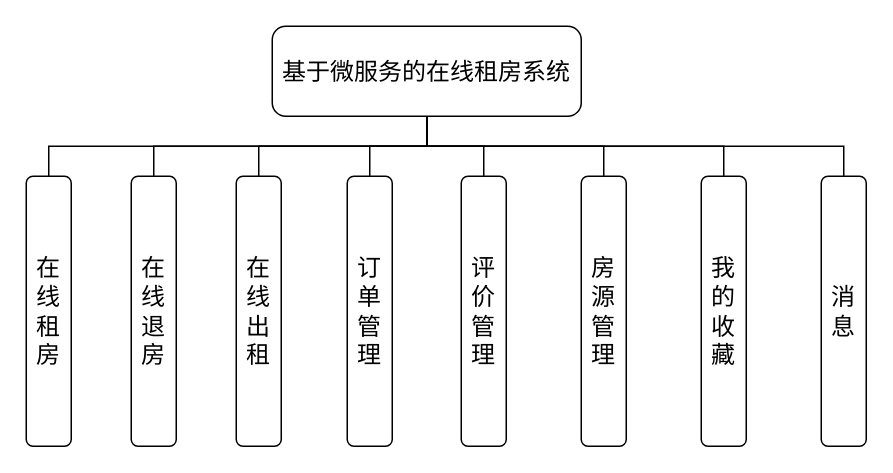
Earlier version of the draw.io diagram page "系统功能列表" (1 of 5) of 系统功能列表.drawio (CQUT-yingyan-ZTJ/images). Source tidied: cells renumbered, new cells numbered last; positions are measured from the earlier drawing's top-left corner, leaving out a move shared by most shapes. Both pictures are drawn from the tidied source at 150%, with x=0, y=0 at pixel (26, 26).
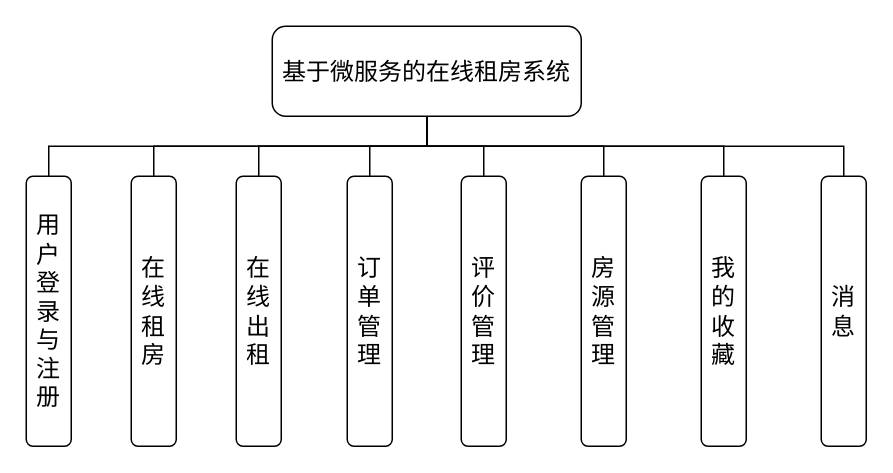
The same diagram, later.

Commit message:
更新系统功能列表.drawio

Change to the diagram source:
```diff
@@
 <mxGraphModel>
   <root>
     <mxCell id="0" />
     <mxCell id="1" parent="0" />
     <mxCell id="2" value="基于微服务的在线租房系统" style="rounded=1;whiteSpace=wrap;html=1;fontSize=16;" parent="1" vertex="1">
       <mxGeometry x="164" width="206" height="60" as="geometry" />
     </mxCell>
     <mxCell id="3" style="edgeStyle=orthogonalEdgeStyle;rounded=0;jettySize=auto;html=1;exitX=0.5;exitY=0;exitDx=0;exitDy=0;entryX=0.5;entryY=1;entryDx=0;entryDy=0;endArrow=none;endFill=0;" parent="1" edge="1" source="4" target="2">
       <mxGeometry relative="1" as="geometry" />
     </mxCell>
-    <mxCell id="4" value="在线退房" style="rounded=1;whiteSpace=wrap;html=1;verticalAlign=middle;horizontal=1;fontStyle=0;labelPosition=center;verticalLabelPosition=middle;align=center;fontSize=16;" parent="1" vertex="1">
+    <mxCell id="4" value="在线租房" style="rounded=1;whiteSpace=wrap;html=1;verticalAlign=middle;horizontal=1;fontStyle=0;labelPosition=center;verticalLabelPosition=middle;align=center;fontSize=16;" parent="1" vertex="1">
       <mxGeometry x="70" y="100" width="30" height="180" as="geometry" />
     </mxCell>
     <mxCell id="5" style="edgeStyle=orthogonalEdgeStyle;rounded=0;jettySize=auto;html=1;exitX=0.5;exitY=0;exitDx=0;exitDy=0;entryX=0.5;entryY=1;entryDx=0;entryDy=0;endArrow=none;endFill=0;" parent="1" edge="1" source="6" target="2">
       <mxGeometry relative="1" as="geometry" />
     </mxCell>
     <mxCell id="6" value="在线出租" style="rounded=1;whiteSpace=wrap;html=1;verticalAlign=middle;horizontal=1;fontStyle=0;labelPosition=center;verticalLabelPosition=middle;align=center;fontSize=16;" parent="1" vertex="1">
       <mxGeometry x="140" y="100" width="30" height="180" as="geometry" />
     </mxCell>
     <mxCell id="7" style="edgeStyle=orthogonalEdgeStyle;rounded=0;jettySize=auto;html=1;exitX=0.5;exitY=0;exitDx=0;exitDy=0;entryX=0.5;entryY=1;entryDx=0;entryDy=0;endArrow=none;endFill=0;" parent="1" edge="1" source="8" target="2">
       <mxGeometry relative="1" as="geometry" />
     </mxCell>
     <mxCell id="8" value="订单管理" style="rounded=1;whiteSpace=wrap;html=1;verticalAlign=middle;horizontal=1;fontStyle=0;labelPosition=center;verticalLabelPosition=middle;align=center;fontSize=16;" parent="1" vertex="1">
       <mxGeometry x="214" y="100" width="30" height="180" as="geometry" />
     </mxCell>
     <mxCell id="9" style="edgeStyle=orthogonalEdgeStyle;rounded=0;jettySize=auto;html=1;exitX=0.5;exitY=0;exitDx=0;exitDy=0;entryX=0.5;entryY=1;entryDx=0;entryDy=0;endArrow=none;endFill=0;" parent="1" edge="1" source="10" target="2">
       <mxGeometry relative="1" as="geometry" />
     </mxCell>
     <mxCell id="10" value="评价管理" style="rounded=1;whiteSpace=wrap;html=1;verticalAlign=middle;horizontal=1;fontStyle=0;labelPosition=center;verticalLabelPosition=middle;align=center;fontSize=16;" parent="1" vertex="1">
       <mxGeometry x="290" y="100" width="30" height="180" as="geometry" />
     </mxCell>
     <mxCell id="11" style="edgeStyle=orthogonalEdgeStyle;rounded=0;jettySize=auto;html=1;exitX=0.5;exitY=0;exitDx=0;exitDy=0;entryX=0.5;entryY=1;entryDx=0;entryDy=0;endArrow=none;endFill=0;" parent="1" edge="1" source="12" target="2">
       <mxGeometry relative="1" as="geometry" />
     </mxCell>
     <mxCell id="12" value="房源管理" style="rounded=1;whiteSpace=wrap;html=1;verticalAlign=middle;horizontal=1;fontStyle=0;labelPosition=center;verticalLabelPosition=middle;align=center;fontSize=16;" parent="1" vertex="1">
       <mxGeometry x="370" y="100" width="30" height="180" as="geometry" />
     </mxCell>
     <mxCell id="13" style="edgeStyle=orthogonalEdgeStyle;rounded=0;jettySize=auto;html=1;exitX=0.5;exitY=0;exitDx=0;exitDy=0;entryX=0.5;entryY=1;entryDx=0;entryDy=0;endArrow=none;endFill=0;" parent="1" edge="1" source="14" target="2">
       <mxGeometry relative="1" as="geometry" />
     </mxCell>
     <mxCell id="14" value="我的收藏" style="rounded=1;whiteSpace=wrap;html=1;verticalAlign=middle;horizontal=1;fontStyle=0;labelPosition=center;verticalLabelPosition=middle;align=center;fontSize=16;" parent="1" vertex="1">
       <mxGeometry x="450" y="100" width="30" height="180" as="geometry" />
     </mxCell>
     <mxCell id="15" style="edgeStyle=orthogonalEdgeStyle;rounded=0;jettySize=auto;html=1;exitX=0.5;exitY=0;exitDx=0;exitDy=0;entryX=0.5;entryY=1;entryDx=0;entryDy=0;endArrow=none;endFill=0;" parent="1" edge="1" source="16" target="2">
       <mxGeometry relative="1" as="geometry" />
     </mxCell>
     <mxCell id="16" value="消息" style="rounded=1;whiteSpace=wrap;html=1;verticalAlign=middle;horizontal=1;fontStyle=0;labelPosition=center;verticalLabelPosition=middle;align=center;fontSize=16;" parent="1" vertex="1">
       <mxGeometry x="530" y="100" width="30" height="180" as="geometry" />
     </mxCell>
     <mxCell id="17" style="edgeStyle=orthogonalEdgeStyle;rounded=0;jettySize=auto;html=1;exitX=0.5;exitY=0;exitDx=0;exitDy=0;entryX=0.5;entryY=1;entryDx=0;entryDy=0;endArrow=none;endFill=0;" parent="1" edge="1" source="18" target="2">
       <mxGeometry relative="1" as="geometry" />
     </mxCell>
-    <mxCell id="18" value="在线租房" style="rounded=1;whiteSpace=wrap;html=1;verticalAlign=middle;horizontal=1;fontStyle=0;labelPosition=center;verticalLabelPosition=middle;align=center;fontSize=16;" parent="1" vertex="1">
+    <mxCell id="18" value="用户登录与注册" style="rounded=1;whiteSpace=wrap;html=1;verticalAlign=middle;horizontal=1;fontStyle=0;labelPosition=center;verticalLabelPosition=middle;align=center;fontSize=16;" parent="1" vertex="1">
       <mxGeometry y="100" width="30" height="180" as="geometry" />
     </mxCell>
   </root>
 </mxGraphModel>
```
